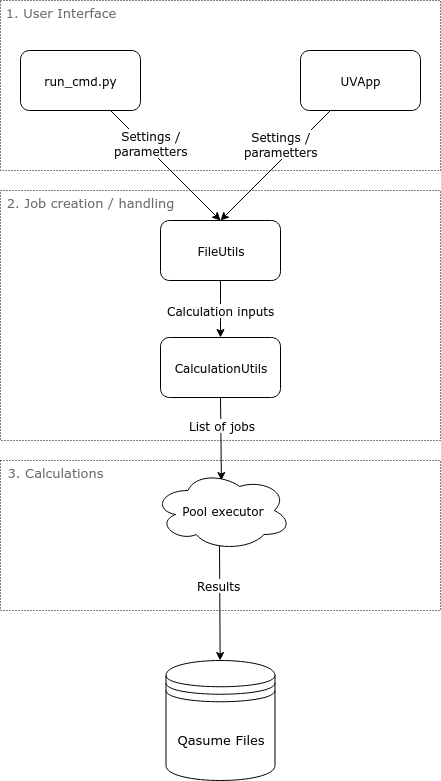
Before: assets/technical_detail_1.png, a diagram exported from draw.io (pec0ra/buvic). Source tidied: cells renumbered, new cells last; positions are measured from the earlier drawing's top-left corner, leaving out a move shared by most shapes.
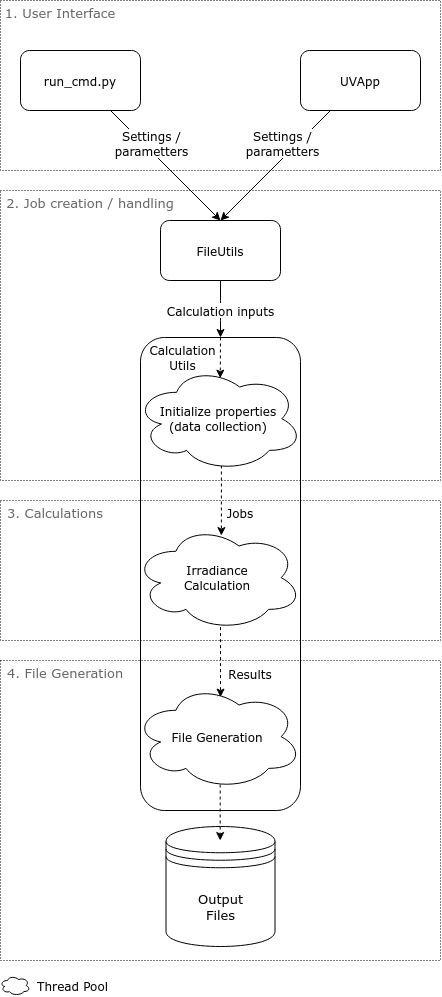
After the change.

Change to the diagram source:
```diff
@@ -2,89 +2,104 @@
   <root>
     <mxCell id="0" />
     <mxCell id="1" parent="0" />
-    <mxCell id="2" style="rounded=0;whiteSpace=wrap;html=1;fontFamily=Verdana;dashed=1;dashPattern=1 2;fillColor=none;" parent="1" vertex="1">
-      <mxGeometry y="460" width="440" height="150" as="geometry" />
+    <mxCell id="2" style="rounded=1;whiteSpace=wrap;html=1;fontFamily=Verdana;align=left;" parent="1" vertex="1">
+      <mxGeometry x="140" y="337" width="160" height="473" as="geometry" />
     </mxCell>
     <mxCell id="3" style="rounded=0;whiteSpace=wrap;html=1;fontFamily=Verdana;dashed=1;dashPattern=1 2;fillColor=none;" parent="1" vertex="1">
-      <mxGeometry y="190" width="440" height="250" as="geometry" />
+      <mxGeometry y="190" width="440" height="290" as="geometry" />
     </mxCell>
     <mxCell id="4" style="rounded=0;whiteSpace=wrap;html=1;fontFamily=Verdana;dashed=1;dashPattern=1 2;fillColor=none;" parent="1" vertex="1">
-      <mxGeometry width="440" height="170" as="geometry" />
+      <mxGeometry y="660" width="440" height="300" as="geometry" />
     </mxCell>
-    <mxCell id="5" value="run_cmd.py" style="rounded=1;whiteSpace=wrap;html=1;fontFamily=Verdana;" parent="1" vertex="1">
-      <mxGeometry x="20" y="50" width="120" height="60" as="geometry" />
+    <mxCell id="5" style="rounded=0;whiteSpace=wrap;html=1;fontFamily=Verdana;dashed=1;dashPattern=1 2;fillColor=none;" parent="1" vertex="1">
+      <mxGeometry y="500" width="440" height="140" as="geometry" />
     </mxCell>
-    <mxCell id="6" value="UVApp" style="rounded=1;whiteSpace=wrap;html=1;fontFamily=Verdana;" parent="1" vertex="1">
-      <mxGeometry x="300" y="50" width="120" height="60" as="geometry" />
+    <mxCell id="6" style="rounded=0;whiteSpace=wrap;html=1;fontFamily=Verdana;dashed=1;dashPattern=1 2;fillColor=none;" parent="1" vertex="1">
+      <mxGeometry width="440" height="170" as="geometry" />
     </mxCell>
-    <mxCell id="7" value="FileUtils" style="rounded=1;whiteSpace=wrap;html=1;fontFamily=Verdana;" parent="1" vertex="1">
-      <mxGeometry x="160" y="220" width="120" height="60" as="geometry" />
+    <mxCell id="7" value="run_cmd.py" style="rounded=1;whiteSpace=wrap;html=1;fontFamily=Verdana;" parent="1" vertex="1">
+      <mxGeometry x="20" y="50" width="120" height="60" as="geometry" />
     </mxCell>
-    <mxCell id="8" style="endArrow=classic;html=1;exitX=0.75;exitY=1;exitDx=0;exitDy=0;entryX=0.5;entryY=0;entryDx=0;entryDy=0;fontFamily=Verdana;" parent="1" edge="1" source="5" target="7">
-      <mxGeometry relative="1" as="geometry" />
+    <mxCell id="8" value="UVApp" style="rounded=1;whiteSpace=wrap;html=1;fontFamily=Verdana;" parent="1" vertex="1">
+      <mxGeometry x="300" y="50" width="120" height="60" as="geometry" />
     </mxCell>
-    <mxCell id="9" value="&lt;div&gt;Settings /&lt;/div&gt;&lt;div&gt;parametters&lt;br&gt;&lt;/div&gt;" style="text;html=1;align=center;verticalAlign=middle;points=[];labelBackgroundColor=#ffffff;fontFamily=Verdana;" parent="8" vertex="1">
-      <mxGeometry x="-0.38" y="3" relative="1" as="geometry">
-        <mxPoint x="4" as="offset" />
-      </mxGeometry>
+    <mxCell id="9" value="FileUtils" style="rounded=1;whiteSpace=wrap;html=1;fontFamily=Verdana;" parent="1" vertex="1">
+      <mxGeometry x="160" y="220" width="120" height="60" as="geometry" />
     </mxCell>
-    <mxCell id="10" style="endArrow=classic;html=1;exitX=0.25;exitY=1;exitDx=0;exitDy=0;entryX=0.5;entryY=0;entryDx=0;entryDy=0;fontFamily=Verdana;" parent="1" edge="1" source="6" target="7">
+    <mxCell id="10" style="endArrow=classic;html=1;exitX=0.75;exitY=1;exitDx=0;exitDy=0;entryX=0.5;entryY=0;entryDx=0;entryDy=0;fontFamily=Verdana;" parent="1" edge="1" source="7" target="9">
       <mxGeometry relative="1" as="geometry" />
     </mxCell>
     <mxCell id="11" value="&lt;div&gt;Settings /&lt;/div&gt;&lt;div&gt;parametters&lt;br&gt;&lt;/div&gt;" style="text;html=1;align=center;verticalAlign=middle;labelBackgroundColor=#ffffff;fontFamily=Verdana;" parent="10" vertex="1">
-      <mxGeometry x="-0.43" y="1" relative="1" as="geometry">
-        <mxPoint x="-18" as="offset" />
+      <mxGeometry x="-0.38" y="3" relative="1" as="geometry">
+        <mxPoint x="4" as="offset" />
       </mxGeometry>
     </mxCell>
-    <mxCell id="12" style="endArrow=classic;html=1;exitX=0.5;exitY=1;exitDx=0;exitDy=0;entryX=0.492;entryY=0.125;entryDx=0;entryDy=0;entryPerimeter=0;fontFamily=Verdana;" parent="1" edge="1" source="22" target="15">
+    <mxCell id="12" style="endArrow=classic;html=1;exitX=0.25;exitY=1;exitDx=0;exitDy=0;entryX=0.5;entryY=0;entryDx=0;entryDy=0;fontFamily=Verdana;" parent="1" edge="1" source="8" target="9">
       <mxGeometry relative="1" as="geometry" />
     </mxCell>
-    <mxCell id="13" value="&lt;div&gt;List&lt;/div&gt;&lt;div&gt;of Jobs&lt;br&gt;&lt;/div&gt;" style="text;html=1;align=center;verticalAlign=middle;labelBackgroundColor=#ffffff;fontFamily=Verdana;" parent="12" vertex="1">
-      <mxGeometry x="-0.38" relative="1" as="geometry">
-        <mxPoint y="91" as="offset" />
+    <mxCell id="13" value="&lt;div&gt;Settings /&lt;/div&gt;&lt;div&gt;parametters&lt;br&gt;&lt;/div&gt;" style="text;html=1;align=center;verticalAlign=middle;labelBackgroundColor=#ffffff;fontFamily=Verdana;" parent="12" vertex="1">
+      <mxGeometry x="-0.43" y="1" relative="1" as="geometry">
+        <mxPoint x="-18" as="offset" />
       </mxGeometry>
     </mxCell>
-    <mxCell id="14" value="&lt;font&gt;List of jobs&lt;br&gt;&lt;/font&gt;" style="text;html=1;align=center;verticalAlign=middle;labelBackgroundColor=#ffffff;fontFamily=Verdana;" parent="12" vertex="1">
-      <mxGeometry x="-0.33" y="-3" relative="1" as="geometry">
-        <mxPoint x="4" y="-1" as="offset" />
-      </mxGeometry>
+    <mxCell id="14" value="1. User Interface" style="text;html=1;strokeColor=none;fillColor=none;align=center;verticalAlign=middle;whiteSpace=wrap;rounded=0;dashed=1;dashPattern=1 2;fontFamily=Verdana;fontSize=13;fontColor=#666666;" parent="1" vertex="1">
+      <mxGeometry y="2" width="120" height="20" as="geometry" />
     </mxCell>
-    <mxCell id="15" value="Pool executor" style="ellipse;shape=cloud;whiteSpace=wrap;html=1;fontFamily=Verdana;" parent="1" vertex="1">
-      <mxGeometry x="153" y="470" width="138" height="80" as="geometry" />
+    <mxCell id="15" value="2. Job creation / handling" style="text;html=1;strokeColor=none;fillColor=none;align=center;verticalAlign=middle;whiteSpace=wrap;rounded=0;dashed=1;dashPattern=1 2;fontFamily=Verdana;fontSize=13;fontColor=#666666;" parent="1" vertex="1">
+      <mxGeometry y="192" width="180" height="20" as="geometry" />
     </mxCell>
-    <mxCell id="16" style="endArrow=classic;html=1;fontFamily=Verdana;" parent="1" edge="1" target="21">
-      <mxGeometry relative="1" as="geometry">
-        <mxPoint x="219" y="545" as="sourcePoint" />
-      </mxGeometry>
+    <mxCell id="16" value="3. Calculations" style="text;html=1;strokeColor=none;fillColor=none;align=center;verticalAlign=middle;whiteSpace=wrap;rounded=0;dashed=1;dashPattern=1 2;fontFamily=Verdana;fontSize=13;fontColor=#666666;" parent="1" vertex="1">
+      <mxGeometry y="502" width="110" height="20" as="geometry" />
     </mxCell>
-    <mxCell id="17" value="Results" style="text;html=1;align=center;verticalAlign=middle;points=[];labelBackgroundColor=#ffffff;fontFamily=Verdana;" parent="16" vertex="1">
-      <mxGeometry x="-0.34" y="-3" relative="1" as="geometry">
-        <mxPoint x="2" y="1" as="offset" />
-      </mxGeometry>
+    <mxCell id="17" value="&lt;div&gt;Output&lt;/div&gt;&lt;div&gt;Files&lt;br&gt;&lt;/div&gt;" style="shape=datastore;whiteSpace=wrap;html=1;fillColor=none;fontFamily=Verdana;fontSize=13;fontColor=#000000;" parent="1" vertex="1">
+      <mxGeometry x="165.5" y="826" width="109" height="120" as="geometry" />
     </mxCell>
-    <mxCell id="18" value="1. User Interface" style="text;html=1;strokeColor=none;fillColor=none;align=center;verticalAlign=middle;whiteSpace=wrap;rounded=0;dashed=1;dashPattern=1 2;fontFamily=Verdana;fontSize=13;fontColor=#666666;" parent="1" vertex="1">
-      <mxGeometry y="2" width="120" height="20" as="geometry" />
+    <mxCell id="18" value="&lt;font style=&quot;font-size: 12px;&quot;&gt;Calculation inputs&lt;/font&gt;" style="endArrow=classic;html=1;exitX=0.5;exitY=1;exitDx=0;exitDy=0;entryX=0.5;entryY=0;entryDx=0;entryDy=0;fontFamily=Verdana;fontSize=12;" parent="1" edge="1" target="2">
+      <mxGeometry x="0.05" relative="1" as="geometry">
+        <mxPoint x="220" y="280" as="sourcePoint" />
+        <Array as="points">
+          <mxPoint x="220" y="310" />
+        </Array>
+      </mxGeometry>
     </mxCell>
-    <mxCell id="19" value="2. Job creation / handling" style="text;html=1;strokeColor=none;fillColor=none;align=center;verticalAlign=middle;whiteSpace=wrap;rounded=0;dashed=1;dashPattern=1 2;fontFamily=Verdana;fontSize=13;fontColor=#666666;" parent="1" vertex="1">
-      <mxGeometry y="192" width="180" height="20" as="geometry" />
+    <mxCell id="19" value="4. File Generation" style="text;html=1;strokeColor=none;fillColor=none;align=center;verticalAlign=middle;whiteSpace=wrap;rounded=0;dashed=1;dashPattern=1 2;fontFamily=Verdana;fontSize=13;fontColor=#666666;" parent="1" vertex="1">
+      <mxGeometry y="662" width="130" height="20" as="geometry" />
     </mxCell>
-    <mxCell id="20" value="3. Calculations" style="text;html=1;strokeColor=none;fillColor=none;align=center;verticalAlign=middle;whiteSpace=wrap;rounded=0;dashed=1;dashPattern=1 2;fontFamily=Verdana;fontSize=13;fontColor=#666666;" parent="1" vertex="1">
-      <mxGeometry y="462" width="110" height="20" as="geometry" />
+    <mxCell id="20" value="&lt;div&gt;Calculation&lt;/div&gt;&lt;div&gt;Utils&lt;/div&gt;" style="text;html=1;strokeColor=none;fillColor=none;align=center;verticalAlign=middle;whiteSpace=wrap;rounded=0;fontFamily=Verdana;" parent="1" vertex="1">
+      <mxGeometry x="142.5" y="347" width="78.5" height="20" as="geometry" />
     </mxCell>
-    <mxCell id="21" value="Qasume Files" style="shape=datastore;whiteSpace=wrap;html=1;fillColor=none;fontFamily=Verdana;fontSize=13;fontColor=#000000;" parent="1" vertex="1">
-      <mxGeometry x="165.5" y="660" width="109" height="120" as="geometry" />
+    <mxCell id="21" value="&lt;div&gt;Irradiance&lt;/div&gt;&lt;div&gt;Calculation&lt;/div&gt;" style="ellipse;shape=cloud;whiteSpace=wrap;html=1;fontFamily=Verdana;" parent="1" vertex="1">
+      <mxGeometry x="133.3" y="524.4" width="168.4" height="105.6" as="geometry" />
     </mxCell>
-    <mxCell id="22" value="CalculationUtils" style="rounded=1;whiteSpace=wrap;html=1;fontFamily=Verdana;" parent="1" vertex="1">
-      <mxGeometry x="160" y="337" width="120" height="60" as="geometry" />
+    <mxCell id="22" value="File Generation" style="ellipse;shape=cloud;whiteSpace=wrap;html=1;fontFamily=Verdana;" parent="1" vertex="1">
+      <mxGeometry x="133.3" y="683.4" width="168.4" height="105.6" as="geometry" />
     </mxCell>
-    <mxCell id="23" value="&lt;font style=&quot;font-size: 12px;&quot;&gt;Calculation inputs&lt;/font&gt;" style="endArrow=classic;html=1;exitX=0.5;exitY=1;exitDx=0;exitDy=0;entryX=0.5;entryY=0;entryDx=0;entryDy=0;fontFamily=Verdana;fontSize=12;" parent="1" edge="1">
-      <mxGeometry x="0.05" relative="1" as="geometry">
-        <mxPoint x="220" y="280" as="sourcePoint" />
-        <mxPoint x="220" y="337" as="targetPoint" />
-        <Array as="points">
-          <mxPoint x="220" y="310" />
-        </Array>
-      </mxGeometry>
+    <mxCell id="23" style="endArrow=classic;html=1;fontFamily=Verdana;dashed=1;exitX=0.516;exitY=0.943;exitDx=0;exitDy=0;exitPerimeter=0;entryX=0.52;entryY=0.101;entryDx=0;entryDy=0;entryPerimeter=0;" parent="1" edge="1" source="24" target="21">
+      <mxGeometry relative="1" as="geometry" />
     </mxCell>
+    <mxCell id="24" value="&lt;div&gt;Initialize properties&lt;/div&gt;&lt;div&gt;(data collection)&lt;br&gt;&lt;/div&gt;" style="ellipse;shape=cloud;whiteSpace=wrap;html=1;fontFamily=Verdana;" parent="1" vertex="1">
+      <mxGeometry x="134" y="365.4" width="168.4" height="105.6" as="geometry" />
+    </mxCell>
+    <mxCell id="25" style="endArrow=classic;html=1;fontFamily=Verdana;dashed=1;exitX=0.515;exitY=0.968;exitDx=0;exitDy=0;exitPerimeter=0;entryX=0.515;entryY=0.125;entryDx=0;entryDy=0;entryPerimeter=0;" parent="1" edge="1" source="21" target="22">
+      <mxGeometry relative="1" as="geometry" />
+    </mxCell>
+    <mxCell id="26" style="endArrow=classic;html=1;fontFamily=Verdana;dashed=1;exitX=0.513;exitY=0.953;exitDx=0;exitDy=0;exitPerimeter=0;entryX=0.497;entryY=0.117;entryDx=0;entryDy=0;entryPerimeter=0;" parent="1" edge="1" source="22" target="17">
+      <mxGeometry relative="1" as="geometry" />
+    </mxCell>
+    <mxCell id="27" value="Jobs" style="text;html=1;strokeColor=none;fillColor=none;align=center;verticalAlign=middle;whiteSpace=wrap;rounded=0;fontFamily=Verdana;" parent="1" vertex="1">
+      <mxGeometry x="220" y="502" width="40" height="20" as="geometry" />
+    </mxCell>
+    <mxCell id="28" value="Results" style="text;html=1;strokeColor=none;fillColor=none;align=center;verticalAlign=middle;whiteSpace=wrap;rounded=0;fontFamily=Verdana;" parent="1" vertex="1">
+      <mxGeometry x="220" y="663" width="60" height="20" as="geometry" />
+    </mxCell>
+    <mxCell id="29" style="endArrow=classic;html=1;fontFamily=Verdana;dashed=1;exitX=0.5;exitY=0;exitDx=0;exitDy=0;entryX=0.509;entryY=0.116;entryDx=0;entryDy=0;entryPerimeter=0;" parent="1" edge="1" source="2" target="24">
+      <mxGeometry relative="1" as="geometry" />
+    </mxCell>
+    <mxCell id="30" style="ellipse;shape=cloud;whiteSpace=wrap;html=1;fontFamily=Verdana;" parent="1" vertex="1">
+      <mxGeometry x="-0.5" y="975" width="30" height="20" as="geometry" />
+    </mxCell>
+    <mxCell id="31" value="Thread Pool" style="text;html=1;align=center;verticalAlign=middle;fontFamily=Verdana;" parent="1" vertex="1">
+      <mxGeometry x="26.5" y="975" width="90" height="20" as="geometry" />
+    </mxCell>
   </root>
 </mxGraphModel>
```
